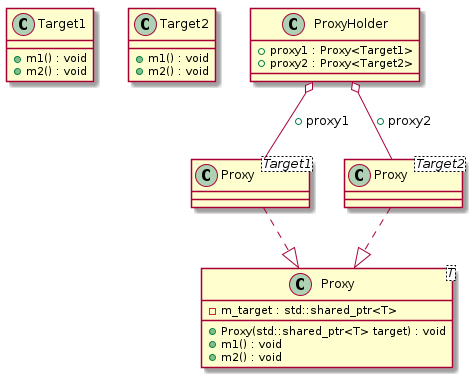
The PlantUML diagram docs/test_cases/t00025_class.png in bkryza/clang-uml, before a commit. Source of this version:
```plantuml
@startuml
class "Target1" as C_0000000307

class "Target2" as C_0000000309

class "Proxy<T>" as C_0000000311

class "Proxy<Target1>" as C_0000000314

class "Proxy<Target2>" as C_0000000315

class "ProxyHolder" as C_0000000313

class C_0000000307 {
+m1() : void
+m2() : void
}

class C_0000000309 {
+m1() : void
+m2() : void
}

class C_0000000311 {
+Proxy(std::shared_ptr<T> target) : void
+m1() : void
+m2() : void
-m_target : std::shared_ptr<T>
}

class C_0000000314 {
}
C_0000000314 ..|> C_0000000311

class C_0000000315 {
}
C_0000000315 ..|> C_0000000311

class C_0000000313 {
+proxy1 : Proxy<Target1>
+proxy2 : Proxy<Target2>
}
C_0000000313 o-- C_0000000314 : +proxy1
C_0000000313 o-- C_0000000315 : +proxy2

@enduml
```
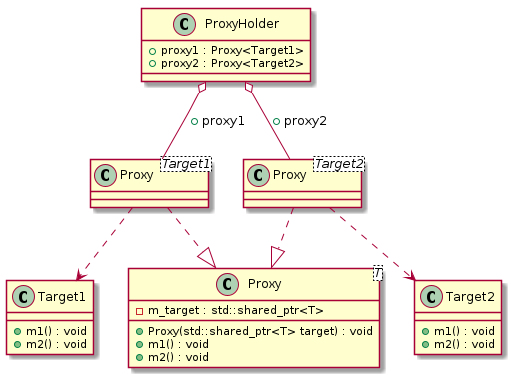
After the commit.

Change to the diagram source:
```diff
@@ -30,10 +30,12 @@
 
 class C_0000000314 {
 }
+C_0000000314 ..> C_0000000307
 C_0000000314 ..|> C_0000000311
 
 class C_0000000315 {
 }
+C_0000000315 ..> C_0000000309
 C_0000000315 ..|> C_0000000311
 
 class C_0000000313 {
```
